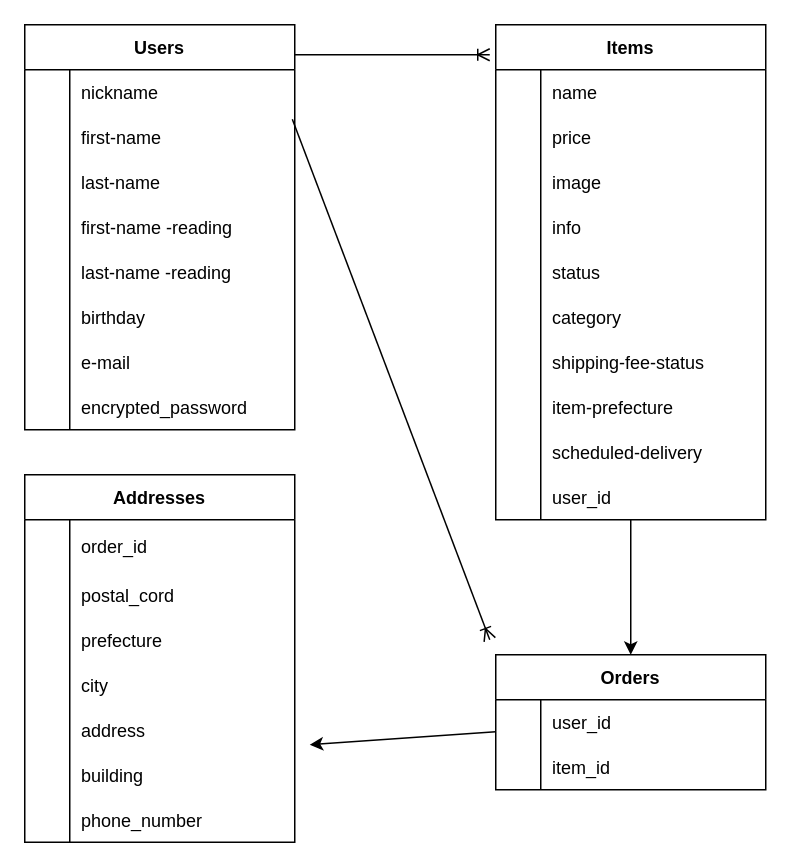
The draw.io diagram furima.dio in kzykH1015/furima-38139, before the edit. Source tidied: cells renumbered, new cells numbered last; positions are measured from the earlier drawing's top-left corner, leaving out a move shared by most shapes. Both pictures are drawn from the tidied source at 150%, with x=0, y=0 at pixel (24, 24).
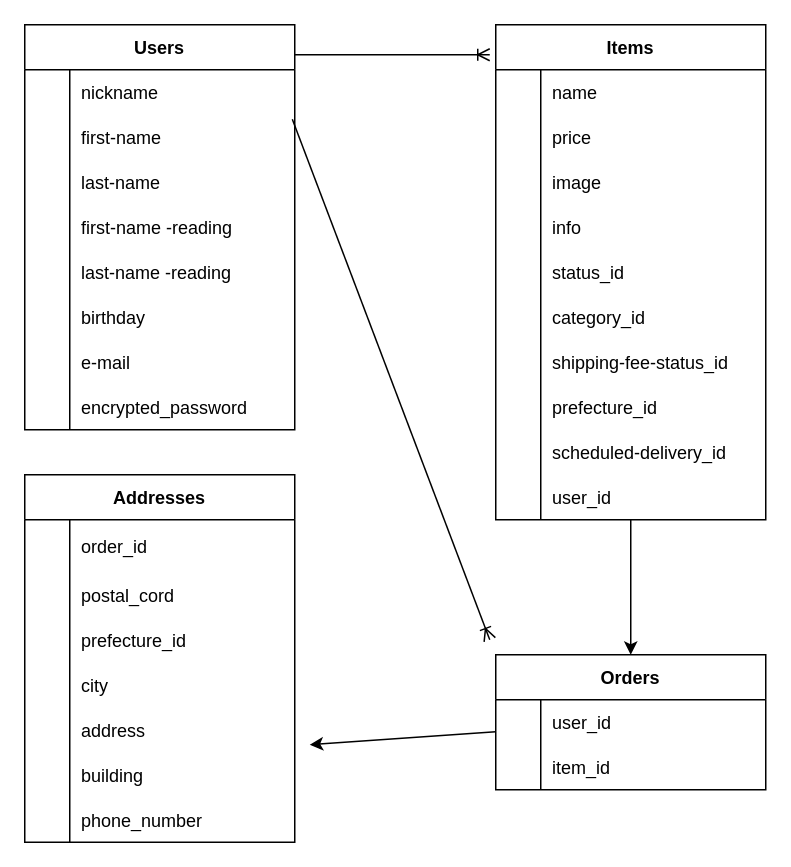
The same diagram, later.

Commit message (it also covers changes not shown here):
データベース設計修正３

Unchanged cells that the change refers to:
```xml
<mxCell id="41" style="shape=partialRectangle;fillColor=none;top=0;left=0;bottom=0;right=0;" parent="28" vertex="1">
  <mxGeometry y="150" width="180" height="30" as="geometry" />
</mxCell>
<mxCell id="44" style="shape=partialRectangle;fillColor=none;top=0;left=0;bottom=0;right=0;" parent="28" vertex="1">
  <mxGeometry y="180" width="180" height="30" as="geometry" />
</mxCell>
<mxCell id="47" style="shape=partialRectangle;fillColor=none;top=0;left=0;bottom=0;right=0;" parent="28" vertex="1">
  <mxGeometry y="210" width="180" height="30" as="geometry" />
</mxCell>
<mxCell id="50" style="shape=partialRectangle;fillColor=none;top=0;left=0;bottom=0;right=0;" parent="28" vertex="1">
  <mxGeometry y="240" width="180" height="30" as="geometry" />
</mxCell>
<mxCell id="53" style="shape=partialRectangle;fillColor=none;top=0;left=0;bottom=0;right=0;" parent="28" vertex="1">
  <mxGeometry y="270" width="180" height="30" as="geometry" />
</mxCell>
<mxCell id="76" style="shape=partialRectangle;fillColor=none;top=0;left=0;bottom=0;right=0;" parent="69" vertex="1">
  <mxGeometry y="95" width="180" height="30" as="geometry" />
</mxCell>
```

The edit, as a diff of the source:
```diff
@@
-    <mxCell id="43" value="status" style="shape=partialRectangle;fillColor=none;top=0;left=0;bottom=0;right=0;align=left;spacingLeft=6;overflow=hidden;" parent="41" vertex="1">
+    <mxCell id="43" value="status_id" style="shape=partialRectangle;fillColor=none;top=0;left=0;bottom=0;right=0;align=left;spacingLeft=6;overflow=hidden;" parent="41" vertex="1">
       <mxGeometry x="30" width="150" height="30" as="geometry" />
     </mxCell>
@@
-    <mxCell id="46" value="category" style="shape=partialRectangle;fillColor=none;top=0;left=0;bottom=0;right=0;align=left;spacingLeft=6;overflow=hidden;" parent="44" vertex="1">
+    <mxCell id="46" value="category_id" style="shape=partialRectangle;fillColor=none;top=0;left=0;bottom=0;right=0;align=left;spacingLeft=6;overflow=hidden;" parent="44" vertex="1">
       <mxGeometry x="30" width="150" height="30" as="geometry" />
     </mxCell>
@@
-    <mxCell id="49" value="shipping-fee-status" style="shape=partialRectangle;fillColor=none;top=0;left=0;bottom=0;right=0;align=left;spacingLeft=6;overflow=hidden;" parent="47" vertex="1">
+    <mxCell id="49" value="shipping-fee-status_id" style="shape=partialRectangle;fillColor=none;top=0;left=0;bottom=0;right=0;align=left;spacingLeft=6;overflow=hidden;" parent="47" vertex="1">
       <mxGeometry x="30" width="150" height="30" as="geometry" />
     </mxCell>
@@
-    <mxCell id="52" value="item-prefecture" style="shape=partialRectangle;fillColor=none;top=0;left=0;bottom=0;right=0;align=left;spacingLeft=6;overflow=hidden;" parent="50" vertex="1">
+    <mxCell id="52" value="prefecture_id" style="shape=partialRectangle;fillColor=none;top=0;left=0;bottom=0;right=0;align=left;spacingLeft=6;overflow=hidden;" parent="50" vertex="1">
       <mxGeometry x="30" width="150" height="30" as="geometry" />
     </mxCell>
@@
-    <mxCell id="55" value="scheduled-delivery" style="shape=partialRectangle;fillColor=none;top=0;left=0;bottom=0;right=0;align=left;spacingLeft=6;overflow=hidden;" parent="53" vertex="1">
+    <mxCell id="55" value="scheduled-delivery_id" style="shape=partialRectangle;fillColor=none;top=0;left=0;bottom=0;right=0;align=left;spacingLeft=6;overflow=hidden;" parent="53" vertex="1">
       <mxGeometry x="30" width="150" height="30" as="geometry" />
     </mxCell>
@@
-    <mxCell id="78" value="prefecture" style="shape=partialRectangle;fillColor=none;top=0;left=0;bottom=0;right=0;align=left;spacingLeft=6;overflow=hidden;" parent="76" vertex="1">
+    <mxCell id="78" value="prefecture_id" style="shape=partialRectangle;fillColor=none;top=0;left=0;bottom=0;right=0;align=left;spacingLeft=6;overflow=hidden;" parent="76" vertex="1">
       <mxGeometry x="30" width="150" height="30" as="geometry" />
     </mxCell>
```
